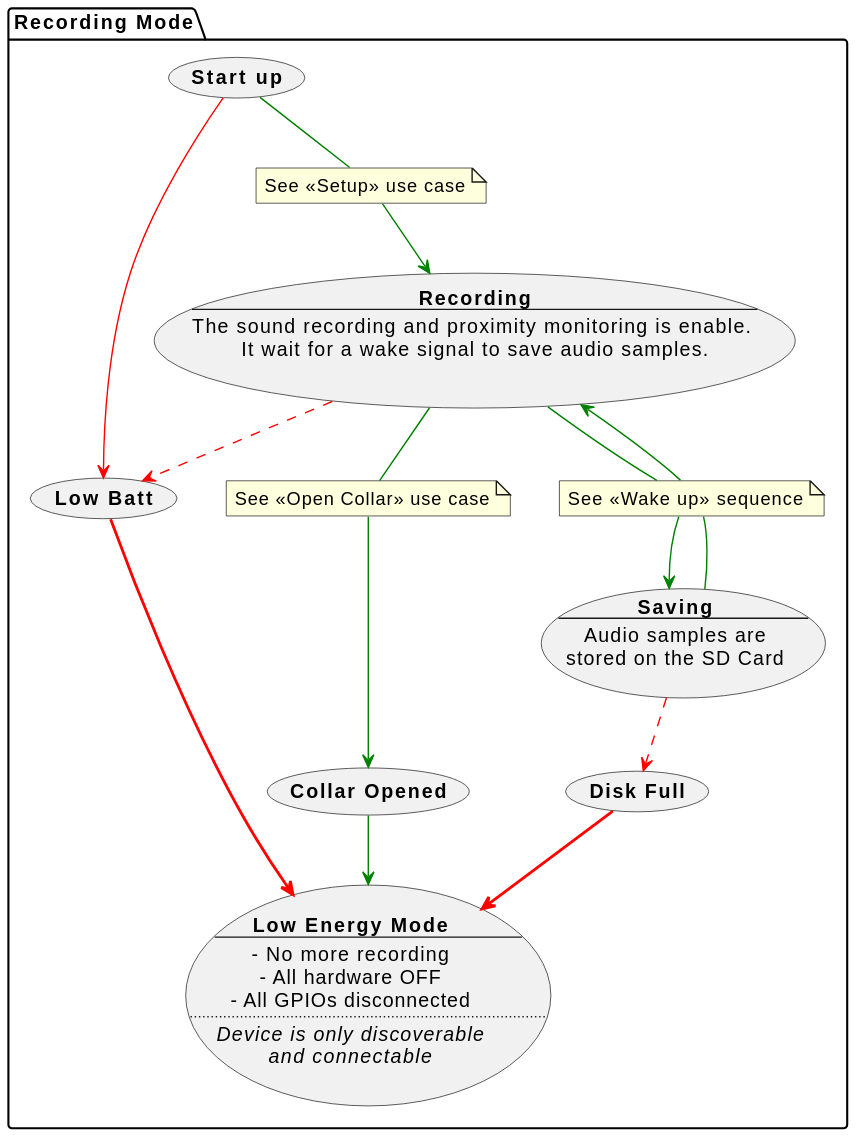
The PlantUML diagram 03-Software/nrf-monkey-main/uml/out/uml/use cases/recorder.svg in DrinkDark/Master_TM_DataCollar, before a commit.
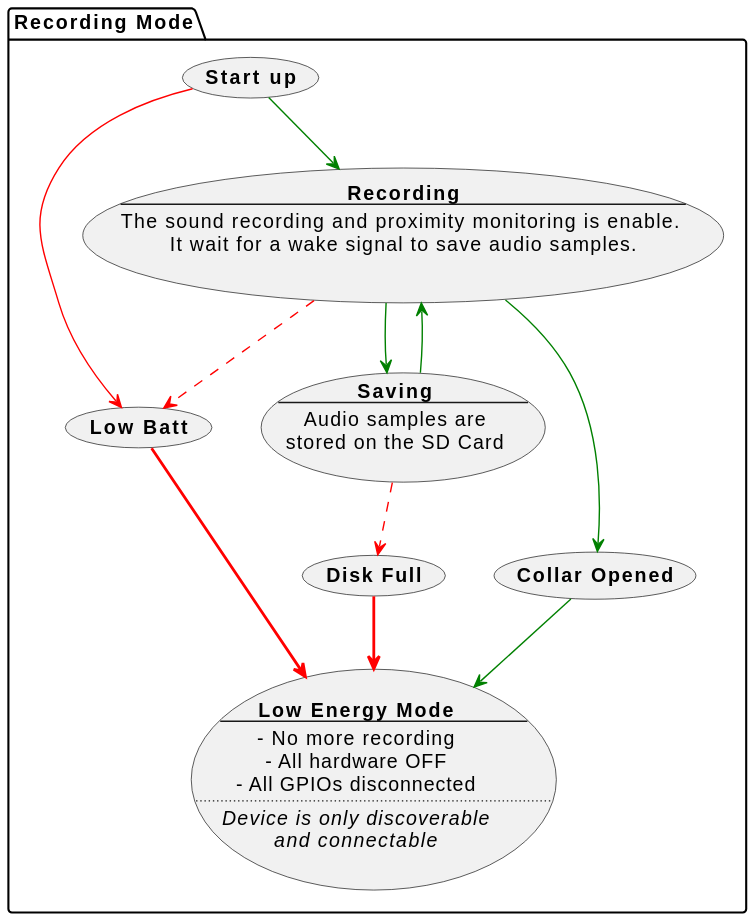
The same diagram one commit later.

Change to the diagram source:
```diff
@@ -46,23 +46,15 @@
 
     (Sav) ..> (DF) #line:red
     (Rec) ..> (LB) #line:red
-
-    note "See << Setup >> use case" as N1
-    note "See << Open Collar >> use case" as N2
-    note "See << Wake up >> sequence" as N3
-    (SU)  -down-   N1   #line:green
-     N1   -down-> (Rec) #line:green
-    (Rec) -down-   N2   #line:green
-     N2   -down-> (CO)  #line:green
+    (SU)  --> (Rec) #line:green
+    (Rec) --> (CO)  #line:green
     (CO)  --> (le) #line:green
     (SU)  --> (LB) #line:red
     (DF)  ..> (le) #line:red;line.bold
     (LB)  ..> (le) #line:red;line.bold
 
-    (Rec) -down-   N3   #line:green
-     N3   -down-> (Sav)  #line:green
-    (Sav) -down-   N3   #line:green
-     N3   -down-> (Rec)  #line:green
+    (Rec) --> (Sav)  #line:green
+    (Sav) --> (Rec)  #line:green
 
 }
 @enduml
```
